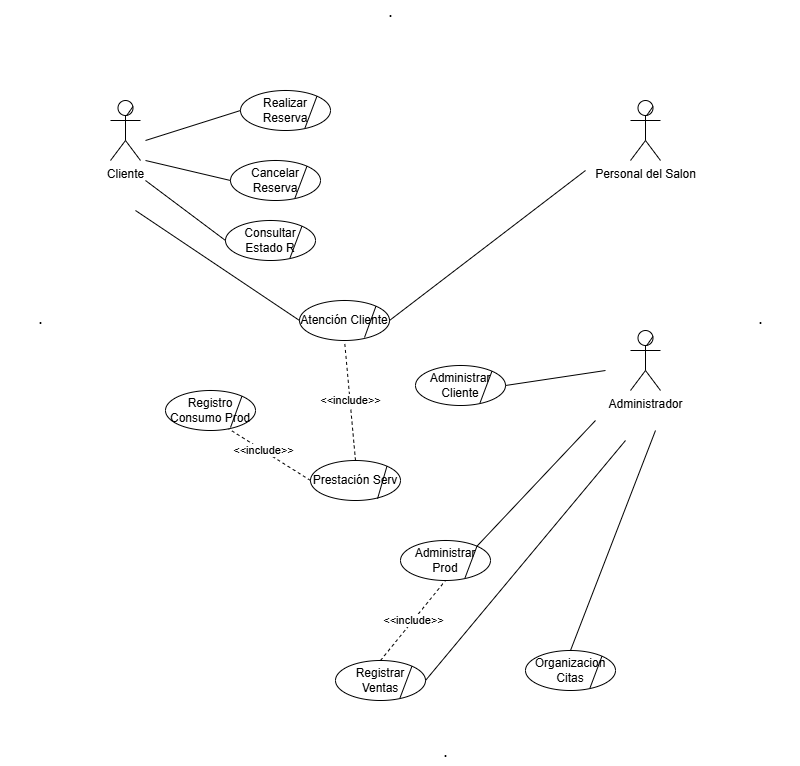
Earlier version of the draw.io export img/negocios.png (roylima/Proyecto_AyD). Source tidied: cells renumbered, new cells last; positions are measured from the earlier drawing's top-left corner, leaving out a move shared by most shapes.
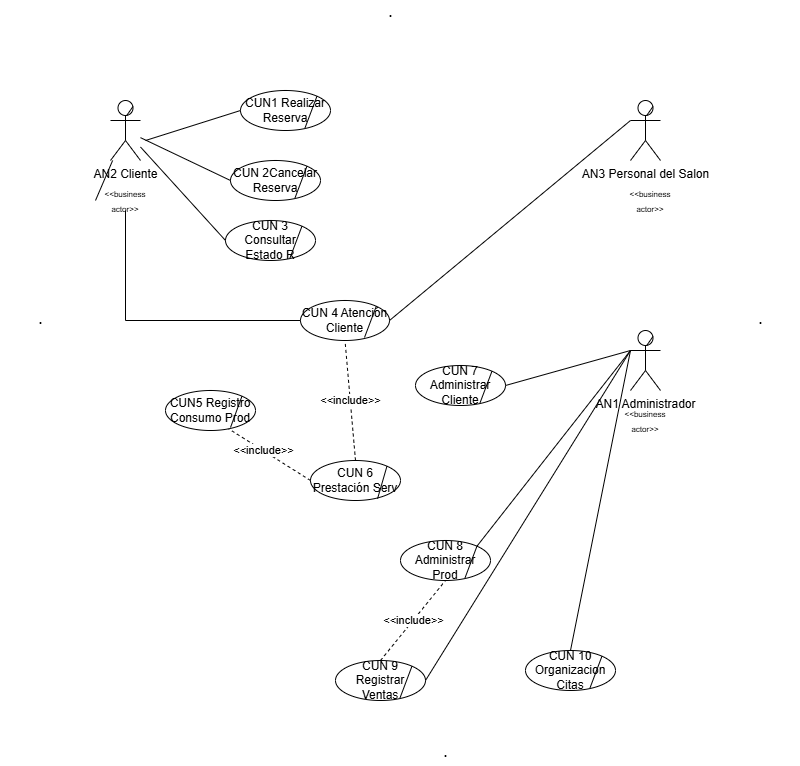
After the commit.

The edit, as a diff of the source:
```diff
@@ -2,7 +2,7 @@
   <root>
     <mxCell id="0" />
     <mxCell id="1" parent="0" />
-    <mxCell id="2" value="Cliente" style="shape=umlActor;verticalLabelPosition=bottom;verticalAlign=top;html=1;outlineConnect=0;" parent="1" vertex="1">
+    <mxCell id="2" value="AN2 Cliente" style="shape=umlActor;verticalLabelPosition=bottom;verticalAlign=top;html=1;outlineConnect=0;" parent="1" vertex="1">
       <mxGeometry x="110" y="100" width="30" height="60" as="geometry" />
     </mxCell>
     <mxCell id="3" style="endArrow=none;html=1;rounded=0;entryX=0.75;entryY=0.1;entryDx=0;entryDy=0;entryPerimeter=0;" parent="1" edge="1" target="2">
@@ -10,7 +10,7 @@
         <mxPoint x="126.2" y="115" as="sourcePoint" />
       </mxGeometry>
     </mxCell>
-    <mxCell id="4" value="Administrador" style="shape=umlActor;verticalLabelPosition=bottom;verticalAlign=top;html=1;outlineConnect=0;" parent="1" vertex="1">
+    <mxCell id="4" value="AN1 Administrador" style="shape=umlActor;verticalLabelPosition=bottom;verticalAlign=top;html=1;outlineConnect=0;" parent="1" vertex="1">
       <mxGeometry x="630" y="330" width="30" height="60" as="geometry" />
     </mxCell>
     <mxCell id="5" style="endArrow=none;html=1;rounded=0;entryX=0.75;entryY=0.1;entryDx=0;entryDy=0;entryPerimeter=0;" parent="1" edge="1" target="4">
@@ -18,13 +18,13 @@
         <mxPoint x="646.2" y="345" as="sourcePoint" />
       </mxGeometry>
     </mxCell>
-    <mxCell id="6" value="Realizar Reserva" style="ellipse;whiteSpace=wrap;html=1;" parent="1" vertex="1">
+    <mxCell id="6" value="CUN1 Realizar Reserva" style="ellipse;whiteSpace=wrap;html=1;" parent="1" vertex="1">
       <mxGeometry x="240" y="90" width="90" height="40" as="geometry" />
     </mxCell>
     <mxCell id="7" style="endArrow=none;html=1;rounded=0;entryX=1;entryY=0;entryDx=0;entryDy=0;exitX=0.717;exitY=0.934;exitDx=0;exitDy=0;exitPerimeter=0;" parent="1" edge="1" source="6" target="6">
       <mxGeometry relative="1" as="geometry" />
     </mxCell>
-    <mxCell id="8" value="Personal del Salon" style="shape=umlActor;verticalLabelPosition=bottom;verticalAlign=top;html=1;outlineConnect=0;" parent="1" vertex="1">
+    <mxCell id="8" value="AN3 Personal del Salon" style="shape=umlActor;verticalLabelPosition=bottom;verticalAlign=top;html=1;outlineConnect=0;" parent="1" vertex="1">
       <mxGeometry x="630" y="100" width="30" height="60" as="geometry" />
     </mxCell>
     <mxCell id="9" style="rounded=0;jettySize=auto;html=1;endArrow=none;endFill=0;exitX=0;exitY=0.5;exitDx=0;exitDy=0;" parent="1" edge="1" source="6">
@@ -37,52 +37,48 @@
         <mxPoint x="646.2" y="115" as="sourcePoint" />
       </mxGeometry>
     </mxCell>
-    <mxCell id="11" value="Cancelar Reserva" style="ellipse;whiteSpace=wrap;html=1;" parent="1" vertex="1">
+    <mxCell id="11" value="CUN 2Cancelar Reserva" style="ellipse;whiteSpace=wrap;html=1;" parent="1" vertex="1">
       <mxGeometry x="230" y="160" width="90" height="40" as="geometry" />
     </mxCell>
     <mxCell id="12" style="endArrow=none;html=1;rounded=0;entryX=1;entryY=0;entryDx=0;entryDy=0;exitX=0.717;exitY=0.934;exitDx=0;exitDy=0;exitPerimeter=0;" parent="1" edge="1" source="11" target="11">
       <mxGeometry relative="1" as="geometry" />
     </mxCell>
-    <mxCell id="13" value="Consultar Estado R" style="ellipse;whiteSpace=wrap;html=1;" parent="1" vertex="1">
+    <mxCell id="13" value="CUN 3 Consultar Estado R" style="ellipse;whiteSpace=wrap;html=1;" parent="1" vertex="1">
       <mxGeometry x="225" y="220" width="90" height="40" as="geometry" />
     </mxCell>
     <mxCell id="14" style="endArrow=none;html=1;rounded=0;entryX=1;entryY=0;entryDx=0;entryDy=0;exitX=0.717;exitY=0.934;exitDx=0;exitDy=0;exitPerimeter=0;" parent="1" edge="1" source="13" target="13">
       <mxGeometry relative="1" as="geometry" />
     </mxCell>
-    <mxCell id="15" value="Atención Cliente" style="ellipse;whiteSpace=wrap;html=1;" parent="1" vertex="1">
-      <mxGeometry x="299" y="300" width="90" height="40" as="geometry" />
+    <mxCell id="15" value="CUN 4 Atención Cliente" style="ellipse;whiteSpace=wrap;html=1;" parent="1" vertex="1">
+      <mxGeometry x="300" y="300" width="89" height="40" as="geometry" />
     </mxCell>
     <mxCell id="16" style="endArrow=none;html=1;rounded=0;entryX=1;entryY=0;entryDx=0;entryDy=0;" parent="1" edge="1" target="15">
       <mxGeometry relative="1" as="geometry">
         <mxPoint x="364" y="337" as="sourcePoint" />
       </mxGeometry>
     </mxCell>
-    <mxCell id="17" style="rounded=0;jettySize=auto;html=1;endArrow=none;endFill=0;exitX=0;exitY=0.5;exitDx=0;exitDy=0;" parent="1" edge="1" source="11">
-      <mxGeometry relative="1" as="geometry">
-        <mxPoint x="145" y="160" as="targetPoint" />
-      </mxGeometry>
+    <mxCell id="17" style="rounded=0;jettySize=auto;html=1;endArrow=none;endFill=0;exitX=0;exitY=0.5;exitDx=0;exitDy=0;" parent="1" edge="1" source="11" target="2">
+      <mxGeometry relative="1" as="geometry" />
     </mxCell>
-    <mxCell id="18" style="rounded=0;jettySize=auto;html=1;endArrow=none;endFill=0;entryX=0;entryY=0.5;entryDx=0;entryDy=0;" parent="1" edge="1" target="13">
-      <mxGeometry relative="1" as="geometry">
-        <mxPoint x="145" y="180" as="sourcePoint" />
-      </mxGeometry>
+    <mxCell id="18" style="rounded=0;jettySize=auto;html=1;endArrow=none;endFill=0;entryX=0;entryY=0.5;entryDx=0;entryDy=0;" parent="1" edge="1" source="2" target="13">
+      <mxGeometry relative="1" as="geometry" />
     </mxCell>
-    <mxCell id="19" style="rounded=0;jettySize=auto;html=1;endArrow=none;endFill=0;entryX=0;entryY=0.5;entryDx=0;entryDy=0;" parent="1" edge="1" target="15">
+    <mxCell id="19" style="rounded=0;jettySize=auto;html=1;endArrow=none;endFill=0;entryX=0;entryY=0.5;entryDx=0;entryDy=0;" parent="1" edge="1" source="45" target="15">
       <mxGeometry relative="1" as="geometry">
-        <mxPoint x="135" y="210" as="sourcePoint" />
+        <Array as="points">
+          <mxPoint x="125" y="320" />
+        </Array>
       </mxGeometry>
     </mxCell>
-    <mxCell id="20" style="rounded=0;jettySize=auto;html=1;endArrow=none;endFill=0;entryX=1;entryY=0.5;entryDx=0;entryDy=0;" parent="1" edge="1" target="15">
-      <mxGeometry relative="1" as="geometry">
-        <mxPoint x="585" y="170" as="sourcePoint" />
-      </mxGeometry>
+    <mxCell id="20" style="rounded=0;jettySize=auto;html=1;endArrow=none;endFill=0;entryX=1;entryY=0.5;entryDx=0;entryDy=0;exitX=0;exitY=0.3333333333333333;exitDx=0;exitDy=0;exitPerimeter=0;" parent="1" edge="1" source="8" target="15">
+      <mxGeometry relative="1" as="geometry" />
     </mxCell>
     <mxCell id="21" value="&amp;lt;&amp;lt;include&amp;gt;&amp;gt;" style="rounded=0;jettySize=auto;html=1;endArrow=none;endFill=0;dashed=1;entryX=0.5;entryY=1;entryDx=0;entryDy=0;" parent="1" edge="1" target="15">
       <mxGeometry relative="1" as="geometry">
         <mxPoint x="355" y="460" as="sourcePoint" />
       </mxGeometry>
     </mxCell>
-    <mxCell id="22" value="Prestación Serv" style="ellipse;whiteSpace=wrap;html=1;" parent="1" vertex="1">
+    <mxCell id="22" value="CUN 6 Prestación Serv" style="ellipse;whiteSpace=wrap;html=1;" parent="1" vertex="1">
       <mxGeometry x="310" y="460" width="90" height="40" as="geometry" />
     </mxCell>
     <mxCell id="23" value="&amp;lt;&amp;lt;include&amp;gt;&amp;gt;" style="rounded=0;jettySize=auto;html=1;endArrow=none;endFill=0;dashed=1;exitX=0;exitY=0.5;exitDx=0;exitDy=0;" parent="1" edge="1" source="22">
@@ -93,7 +89,7 @@
     <mxCell id="24" style="endArrow=none;html=1;rounded=0;entryX=1;entryY=0;entryDx=0;entryDy=0;exitX=0.745;exitY=0.955;exitDx=0;exitDy=0;exitPerimeter=0;" parent="1" edge="1" source="22" target="22">
       <mxGeometry relative="1" as="geometry" />
     </mxCell>
-    <mxCell id="25" value="Registro Consumo Prod" style="ellipse;whiteSpace=wrap;html=1;" parent="1" vertex="1">
+    <mxCell id="25" value="CUN5 Registro Consumo Prod" style="ellipse;whiteSpace=wrap;html=1;" parent="1" vertex="1">
       <mxGeometry x="165" y="390" width="90" height="40" as="geometry" />
     </mxCell>
     <mxCell id="26" style="endArrow=none;html=1;rounded=0;entryX=1;entryY=0;entryDx=0;entryDy=0;" parent="1" edge="1" target="25">
@@ -101,25 +97,25 @@
         <mxPoint x="230" y="427" as="sourcePoint" />
       </mxGeometry>
     </mxCell>
-    <mxCell id="27" value="Administrar Cliente" style="ellipse;whiteSpace=wrap;html=1;" parent="1" vertex="1">
+    <mxCell id="27" value="CUN 7 Administrar Cliente" style="ellipse;whiteSpace=wrap;html=1;" parent="1" vertex="1">
       <mxGeometry x="415" y="365" width="90" height="40" as="geometry" />
     </mxCell>
     <mxCell id="28" style="endArrow=none;html=1;rounded=0;entryX=1;entryY=0;entryDx=0;entryDy=0;exitX=0.717;exitY=0.934;exitDx=0;exitDy=0;exitPerimeter=0;" parent="1" edge="1" source="27" target="27">
       <mxGeometry relative="1" as="geometry" />
     </mxCell>
-    <mxCell id="29" value="Organizacion Citas" style="ellipse;whiteSpace=wrap;html=1;" parent="1" vertex="1">
+    <mxCell id="29" value="CUN 10 Organizacion Citas" style="ellipse;whiteSpace=wrap;html=1;" parent="1" vertex="1">
       <mxGeometry x="525" y="650" width="90" height="40" as="geometry" />
     </mxCell>
     <mxCell id="30" style="endArrow=none;html=1;rounded=0;entryX=1;entryY=0;entryDx=0;entryDy=0;exitX=0.717;exitY=0.934;exitDx=0;exitDy=0;exitPerimeter=0;" parent="1" edge="1" source="29" target="29">
       <mxGeometry relative="1" as="geometry" />
     </mxCell>
-    <mxCell id="31" value="Administrar Prod" style="ellipse;whiteSpace=wrap;html=1;" parent="1" vertex="1">
+    <mxCell id="31" value="CUN 8 Administrar Prod" style="ellipse;whiteSpace=wrap;html=1;" parent="1" vertex="1">
       <mxGeometry x="400" y="540" width="90" height="40" as="geometry" />
     </mxCell>
     <mxCell id="32" style="endArrow=none;html=1;rounded=0;entryX=1;entryY=0;entryDx=0;entryDy=0;exitX=0.717;exitY=0.934;exitDx=0;exitDy=0;exitPerimeter=0;" parent="1" edge="1" source="31" target="31">
       <mxGeometry relative="1" as="geometry" />
     </mxCell>
-    <mxCell id="33" value="Registrar Ventas" style="ellipse;whiteSpace=wrap;html=1;" parent="1" vertex="1">
+    <mxCell id="33" value="CUN 9 Registrar Ventas" style="ellipse;whiteSpace=wrap;html=1;" parent="1" vertex="1">
       <mxGeometry x="335" y="660" width="90" height="40" as="geometry" />
     </mxCell>
     <mxCell id="34" style="endArrow=none;html=1;rounded=0;entryX=1;entryY=0;entryDx=0;entryDy=0;exitX=0.717;exitY=0.934;exitDx=0;exitDy=0;exitPerimeter=0;" parent="1" edge="1" source="33" target="33">
@@ -127,25 +123,23 @@
     </mxCell>
     <mxCell id="35" style="rounded=0;jettySize=auto;html=1;endArrow=none;endFill=0;entryX=1;entryY=0.5;entryDx=0;entryDy=0;" parent="1" edge="1" target="27">
       <mxGeometry relative="1" as="geometry">
-        <mxPoint x="605" y="370" as="sourcePoint" />
+        <mxPoint x="630" y="350" as="sourcePoint" />
       </mxGeometry>
     </mxCell>
-    <mxCell id="36" style="rounded=0;jettySize=auto;html=1;endArrow=none;endFill=0;entryX=1;entryY=0;entryDx=0;entryDy=0;" parent="1" edge="1" target="31">
-      <mxGeometry relative="1" as="geometry">
-        <mxPoint x="595" y="420" as="sourcePoint" />
-      </mxGeometry>
+    <mxCell id="36" style="rounded=0;jettySize=auto;html=1;endArrow=none;endFill=0;entryX=1;entryY=0;entryDx=0;entryDy=0;exitX=0;exitY=0.3333333333333333;exitDx=0;exitDy=0;exitPerimeter=0;" parent="1" edge="1" source="4" target="31">
+      <mxGeometry relative="1" as="geometry" />
     </mxCell>
     <mxCell id="37" value="&amp;lt;&amp;lt;include&amp;gt;&amp;gt;" style="rounded=0;jettySize=auto;html=1;endArrow=none;endFill=0;dashed=1;entryX=0.5;entryY=1;entryDx=0;entryDy=0;exitX=0.5;exitY=0;exitDx=0;exitDy=0;" parent="1" edge="1" source="33" target="31">
       <mxGeometry relative="1" as="geometry" />
     </mxCell>
     <mxCell id="38" style="rounded=0;jettySize=auto;html=1;endArrow=none;endFill=0;entryX=1;entryY=0.5;entryDx=0;entryDy=0;" parent="1" edge="1" target="33">
       <mxGeometry relative="1" as="geometry">
-        <mxPoint x="625" y="440" as="sourcePoint" />
+        <mxPoint x="630" y="350" as="sourcePoint" />
       </mxGeometry>
     </mxCell>
     <mxCell id="39" style="rounded=0;jettySize=auto;html=1;endArrow=none;endFill=0;entryX=0.5;entryY=0;entryDx=0;entryDy=0;" parent="1" edge="1" target="29">
       <mxGeometry relative="1" as="geometry">
-        <mxPoint x="655" y="430" as="sourcePoint" />
+        <mxPoint x="630" y="350" as="sourcePoint" />
       </mxGeometry>
     </mxCell>
     <mxCell id="40" value="." style="text;align=center;fontStyle=1;verticalAlign=middle;spacingLeft=3;spacingRight=3;strokeColor=none;html=1;" parent="1" vertex="1">
@@ -160,5 +154,17 @@
     <mxCell id="43" value="." style="text;align=center;fontStyle=1;verticalAlign=middle;spacingLeft=3;spacingRight=3;strokeColor=none;html=1;" parent="1" vertex="1">
       <mxGeometry x="405" y="740" width="80" height="26" as="geometry" />
     </mxCell>
+    <mxCell id="44" style="rounded=0;jettySize=auto;html=1;endArrow=none;endFill=0;entryX=0;entryY=0.5;entryDx=0;entryDy=0;" parent="1" edge="1" source="2" target="45">
+      <mxGeometry relative="1" as="geometry" />
+    </mxCell>
+    <mxCell id="45" value="&lt;font style=&quot;font-size: 8px;&quot;&gt;&amp;lt;&amp;lt;business actor&amp;gt;&amp;gt;&lt;/font&gt;" style="text;html=1;whiteSpace=wrap;strokeColor=none;fillColor=none;align=center;verticalAlign=middle;rounded=0;" parent="1" vertex="1">
+      <mxGeometry x="95" y="190" width="60" height="20" as="geometry" />
+    </mxCell>
+    <mxCell id="46" value="&lt;font style=&quot;font-size: 8px;&quot;&gt;&amp;lt;&amp;lt;business actor&amp;gt;&amp;gt;&lt;/font&gt;" style="text;html=1;whiteSpace=wrap;strokeColor=none;fillColor=none;align=center;verticalAlign=middle;rounded=0;" parent="1" vertex="1">
+      <mxGeometry x="620" y="190" width="60" height="20" as="geometry" />
+    </mxCell>
+    <mxCell id="47" value="&lt;font style=&quot;font-size: 8px;&quot;&gt;&amp;lt;&amp;lt;business actor&amp;gt;&amp;gt;&lt;/font&gt;" style="text;html=1;whiteSpace=wrap;strokeColor=none;fillColor=none;align=center;verticalAlign=middle;rounded=0;" parent="1" vertex="1">
+      <mxGeometry x="615" y="410" width="60" height="20" as="geometry" />
+    </mxCell>
   </root>
 </mxGraphModel>
```
